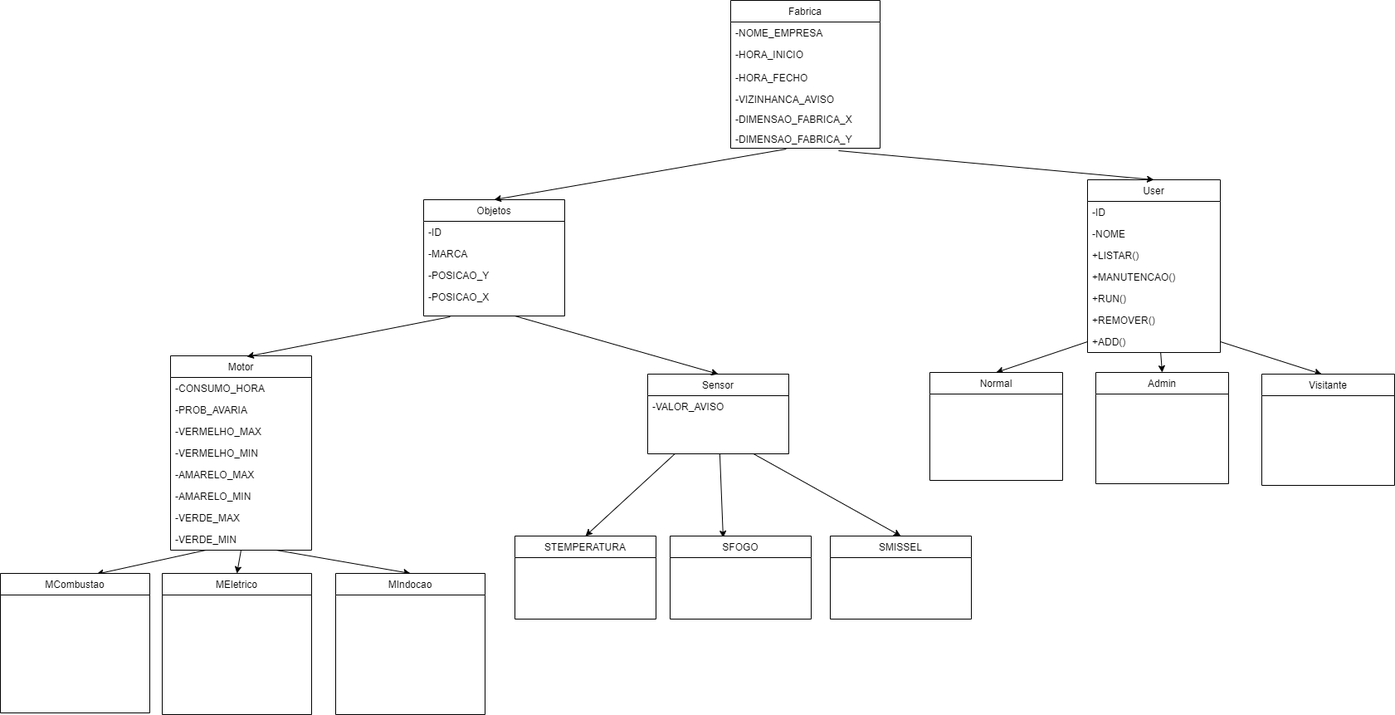
Earlier version of the draw.io export GestaoFabrica.drawio.png (Fiteira/Projeto-POO). Source tidied: cells renumbered, new cells last; positions are measured from the earlier drawing's top-left corner, leaving out a move shared by most shapes.
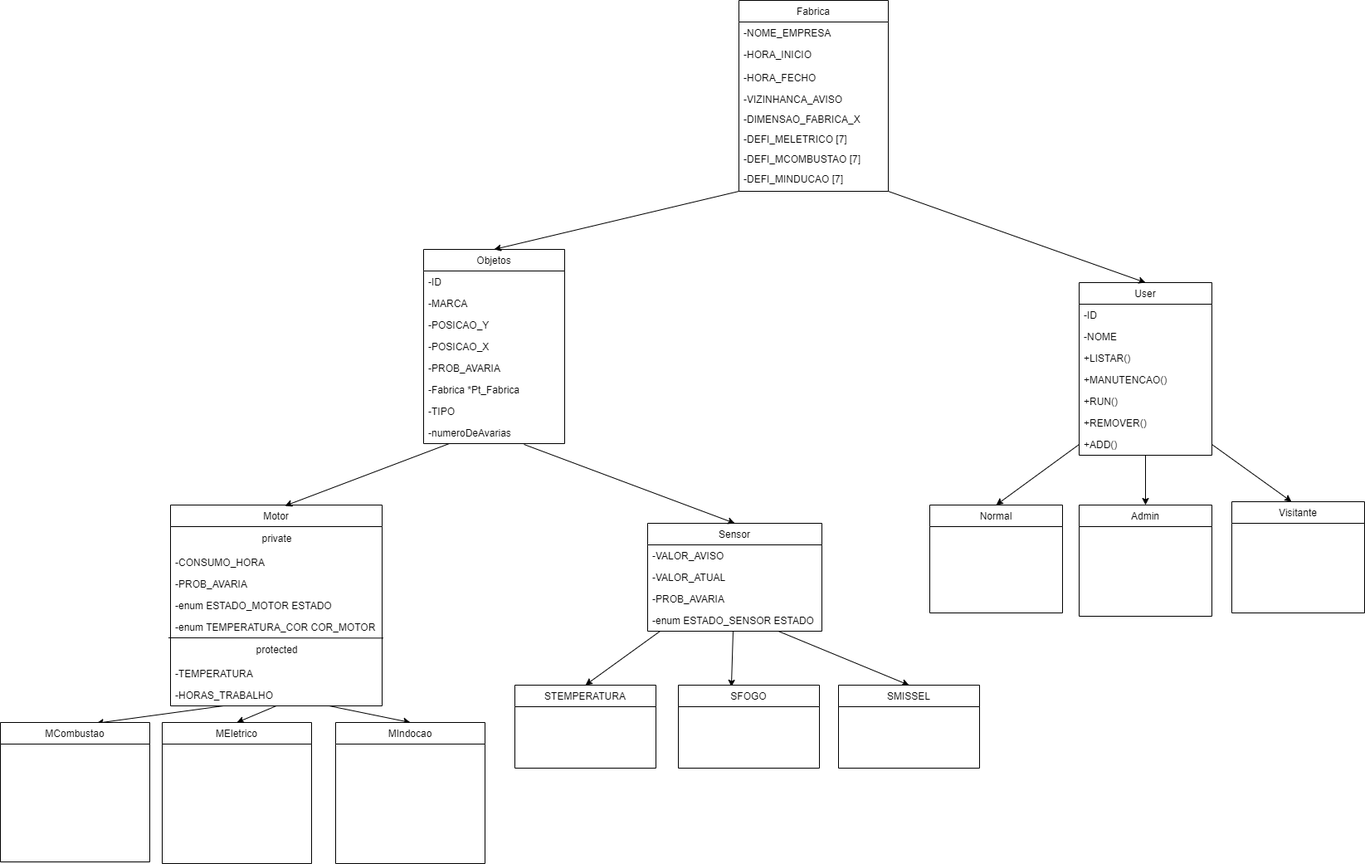
Later version of the same file.

Diff of the diagram source:
```diff
@@ -3,7 +3,7 @@
     <mxCell id="0" />
     <mxCell id="1" parent="0" />
     <mxCell id="2" value="Fabrica" style="swimlane;fontStyle=0;align=center;verticalAlign=top;horizontal=1;startSize=26;rounded=0;shadow=0;strokeWidth=1;" parent="1" vertex="1">
-      <mxGeometry x="880" width="180" height="178" as="geometry" />
+      <mxGeometry x="890" y="-180" width="180" height="230" as="geometry" />
     </mxCell>
     <mxCell id="3" value="-NOME_EMPRESA " style="text;align=left;verticalAlign=top;spacingLeft=4;spacingRight=4;overflow=hidden;rounded=0;" parent="2" vertex="1">
       <mxGeometry y="26" width="180" height="26" as="geometry" />
@@ -20,9 +20,15 @@
     <mxCell id="7" value="-DIMENSAO_FABRICA_X" style="text;align=left;verticalAlign=top;spacingLeft=4;spacingRight=4;overflow=hidden;rounded=0;shadow=0;html=0;" parent="2" vertex="1">
       <mxGeometry y="130" width="180" height="24" as="geometry" />
     </mxCell>
-    <mxCell id="8" value="-DIMENSAO_FABRICA_Y" style="text;align=left;verticalAlign=top;spacingLeft=4;spacingRight=4;overflow=hidden;points=[[0,0.5],[1,0.5]];portConstraint=eastwest;rounded=0;shadow=0;html=0;" parent="2" vertex="1">
+    <mxCell id="8" value="-DEFI_MELETRICO [7]" style="text;align=left;verticalAlign=top;spacingLeft=4;spacingRight=4;overflow=hidden;points=[[0,0.5],[1,0.5]];portConstraint=eastwest;rounded=0;shadow=0;html=0;" parent="2" vertex="1">
       <mxGeometry y="154" width="180" height="24" as="geometry" />
     </mxCell>
+    <mxCell id="55" value="-DEFI_MCOMBUSTAO [7]" style="text;align=left;verticalAlign=top;spacingLeft=4;spacingRight=4;overflow=hidden;rounded=0;shadow=0;html=0;" parent="2" vertex="1">
+      <mxGeometry y="178" width="180" height="24" as="geometry" />
+    </mxCell>
+    <mxCell id="56" value="-DEFI_MINDUCAO [7]" style="text;align=left;verticalAlign=top;spacingLeft=4;spacingRight=4;overflow=hidden;rounded=0;shadow=0;html=0;" parent="2" vertex="1">
+      <mxGeometry y="202" width="180" height="24" as="geometry" />
+    </mxCell>
     <mxCell id="9" style="edgeStyle=none;rounded=0;jettySize=auto;html=1;entryX=0.644;entryY=0.005;entryDx=0;entryDy=0;entryPerimeter=0;exitX=0.25;exitY=1;exitDx=0;exitDy=0;" parent="1" edge="1" source="12" target="36">
       <mxGeometry relative="1" as="geometry" />
     </mxCell>
@@ -33,32 +39,37 @@
       <mxGeometry relative="1" as="geometry" />
     </mxCell>
     <mxCell id="12" value="Motor" style="swimlane;fontStyle=0;align=center;verticalAlign=top;horizontal=1;startSize=26;rounded=0;shadow=0;strokeWidth=1;" parent="1" vertex="1">
-      <mxGeometry x="205" y="428" width="170" height="234" as="geometry" />
+      <mxGeometry x="205" y="428" width="255" height="242" as="geometry" />
     </mxCell>
+    <mxCell id="57" value="private" style="text;html=1;align=center;verticalAlign=middle;strokeColor=none;fillColor=none;" parent="12" vertex="1">
+      <mxGeometry y="26" width="255" height="30" as="geometry" />
+    </mxCell>
     <mxCell id="13" value="-CONSUMO_HORA" style="text;align=left;verticalAlign=top;spacingLeft=4;spacingRight=4;overflow=hidden;rounded=0;" parent="12" vertex="1">
-      <mxGeometry y="26" width="170" height="26" as="geometry" />
+      <mxGeometry y="56" width="255" height="26" as="geometry" />
     </mxCell>
     <mxCell id="14" value="-PROB_AVARIA" style="text;align=left;verticalAlign=top;spacingLeft=4;spacingRight=4;overflow=hidden;rounded=0;" parent="12" vertex="1">
-      <mxGeometry y="52" width="170" height="26" as="geometry" />
+      <mxGeometry y="82" width="255" height="26" as="geometry" />
     </mxCell>
-    <mxCell id="15" value="-VERMELHO_MAX" style="text;align=left;verticalAlign=top;spacingLeft=4;spacingRight=4;overflow=hidden;rounded=0;" parent="12" vertex="1">
-      <mxGeometry y="78" width="170" height="26" as="geometry" />
-    </mxCell>
-    <mxCell id="16" value="-VERMELHO_MIN" style="text;align=left;verticalAlign=top;spacingLeft=4;spacingRight=4;overflow=hidden;rounded=0;" parent="12" vertex="1">
-      <mxGeometry y="104" width="170" height="26" as="geometry" />
-    </mxCell>
-    <mxCell id="17" value="-AMARELO_MAX" style="text;align=left;verticalAlign=top;spacingLeft=4;spacingRight=4;overflow=hidden;rounded=0;" parent="12" vertex="1">
-      <mxGeometry y="130" width="170" height="26" as="geometry" />
-    </mxCell>
-    <mxCell id="18" value="-AMARELO_MIN" style="text;align=left;verticalAlign=top;spacingLeft=4;spacingRight=4;overflow=hidden;rounded=0;" parent="12" vertex="1">
-      <mxGeometry y="156" width="170" height="26" as="geometry" />
-    </mxCell>
-    <mxCell id="19" value="-VERDE_MAX" style="text;align=left;verticalAlign=top;spacingLeft=4;spacingRight=4;overflow=hidden;rounded=0;" parent="12" vertex="1">
-      <mxGeometry y="182" width="170" height="26" as="geometry" />
-    </mxCell>
-    <mxCell id="20" value="-VERDE_MIN" style="text;align=left;verticalAlign=top;spacingLeft=4;spacingRight=4;overflow=hidden;rounded=0;" parent="12" vertex="1">
-      <mxGeometry y="208" width="170" height="26" as="geometry" />
-    </mxCell>
+    <mxCell id="58" value="-enum ESTADO_MOTOR ESTADO" style="text;align=left;verticalAlign=top;spacingLeft=4;spacingRight=4;overflow=hidden;rounded=0;" parent="12" vertex="1">
+      <mxGeometry y="108" width="255" height="26" as="geometry" />
+    </mxCell>
+    <mxCell id="59" value="-enum TEMPERATURA_COR COR_MOTOR" style="text;align=left;verticalAlign=top;spacingLeft=4;spacingRight=4;overflow=hidden;rounded=0;" parent="12" vertex="1">
+      <mxGeometry y="134" width="255" height="26" as="geometry" />
+    </mxCell>
+    <mxCell id="60" style="endArrow=none;html=1;rounded=0;entryX=1.006;entryY=0.011;entryDx=0;entryDy=0;entryPerimeter=0;" parent="12" edge="1" target="61">
+      <mxGeometry relative="1" as="geometry">
+        <mxPoint x="-2.5" y="160" as="sourcePoint" />
+      </mxGeometry>
+    </mxCell>
+    <mxCell id="61" value="protected" style="text;html=1;align=center;verticalAlign=middle;points=[];strokeColor=none;fillColor=none;" parent="12" vertex="1">
+      <mxGeometry y="160" width="255" height="30" as="geometry" />
+    </mxCell>
+    <mxCell id="62" value="-TEMPERATURA" style="text;align=left;verticalAlign=top;spacingLeft=4;spacingRight=4;overflow=hidden;rounded=0;" parent="12" vertex="1">
+      <mxGeometry y="190" width="255" height="26" as="geometry" />
+    </mxCell>
+    <mxCell id="63" value="-HORAS_TRABALHO" style="text;align=left;verticalAlign=top;spacingLeft=4;spacingRight=4;overflow=hidden;rounded=0;" parent="12" vertex="1">
+      <mxGeometry y="216" width="255" height="26" as="geometry" />
+    </mxCell>
     <mxCell id="21" style="edgeStyle=none;rounded=0;jettySize=auto;html=1;entryX=0.5;entryY=0;entryDx=0;entryDy=0;" parent="1" edge="1" source="24" target="40">
       <mxGeometry relative="1" as="geometry" />
     </mxCell>
@@ -69,11 +80,20 @@
       <mxGeometry relative="1" as="geometry" />
     </mxCell>
     <mxCell id="24" value="Sensor" style="swimlane;fontStyle=0;align=center;verticalAlign=top;horizontal=1;startSize=26;rounded=0;shadow=0;strokeWidth=1;" parent="1" vertex="1">
-      <mxGeometry x="780" y="450" width="170" height="96" as="geometry" />
+      <mxGeometry x="780" y="450" width="210" height="130" as="geometry" />
     </mxCell>
     <mxCell id="25" value="-VALOR_AVISO" style="text;align=left;verticalAlign=top;spacingLeft=4;spacingRight=4;overflow=hidden;rounded=0;shadow=0;html=0;" parent="24" vertex="1">
-      <mxGeometry y="26" width="170" height="26" as="geometry" />
+      <mxGeometry y="26" width="210" height="26" as="geometry" />
     </mxCell>
+    <mxCell id="64" value="-VALOR_ATUAL" style="text;align=left;verticalAlign=top;spacingLeft=4;spacingRight=4;overflow=hidden;rounded=0;shadow=0;html=0;" parent="24" vertex="1">
+      <mxGeometry y="52" width="210" height="26" as="geometry" />
+    </mxCell>
+    <mxCell id="65" value="-PROB_AVARIA" style="text;align=left;verticalAlign=top;spacingLeft=4;spacingRight=4;overflow=hidden;rounded=0;shadow=0;html=0;" parent="24" vertex="1">
+      <mxGeometry y="78" width="210" height="26" as="geometry" />
+    </mxCell>
+    <mxCell id="66" value="-enum ESTADO_SENSOR ESTADO" style="text;align=left;verticalAlign=top;spacingLeft=4;spacingRight=4;overflow=hidden;rounded=0;shadow=0;html=0;" parent="24" vertex="1">
+      <mxGeometry y="104" width="210" height="26" as="geometry" />
+    </mxCell>
     <mxCell id="26" style="edgeStyle=none;rounded=0;jettySize=auto;html=1;exitX=1;exitY=0.5;exitDx=0;exitDy=0;entryX=0.45;entryY=0;entryDx=0;entryDy=0;entryPerimeter=0;" parent="1" edge="1" source="35" target="46">
       <mxGeometry relative="1" as="geometry" />
     </mxCell>
@@ -81,7 +101,7 @@
       <mxGeometry relative="1" as="geometry" />
     </mxCell>
     <mxCell id="28" value="User" style="swimlane;fontStyle=0;align=center;verticalAlign=top;horizontal=1;startSize=26;rounded=0;shadow=0;strokeWidth=1;" parent="1" vertex="1">
-      <mxGeometry x="1310" y="216" width="160" height="208" as="geometry" />
+      <mxGeometry x="1300" y="160" width="160" height="208" as="geometry" />
     </mxCell>
     <mxCell id="29" value="-ID" style="text;align=left;verticalAlign=top;spacingLeft=4;spacingRight=4;overflow=hidden;rounded=0;shadow=0;html=0;" parent="28" vertex="1">
       <mxGeometry y="26" width="160" height="26" as="geometry" />
@@ -113,32 +133,32 @@
     <mxCell id="38" value="MIndocao" style="swimlane;fontStyle=0;align=center;verticalAlign=top;horizontal=1;startSize=26;rounded=0;shadow=0;strokeWidth=1;" parent="1" vertex="1">
       <mxGeometry x="404" y="690" width="180" height="170" as="geometry" />
     </mxCell>
-    <mxCell id="39" style="edgeStyle=none;rounded=0;jettySize=auto;html=1;exitX=0.722;exitY=1.125;exitDx=0;exitDy=0;entryX=0.5;entryY=0;entryDx=0;entryDy=0;exitPerimeter=0;" parent="1" edge="1" source="8" target="28">
+    <mxCell id="39" style="edgeStyle=none;rounded=0;jettySize=auto;html=1;exitX=1;exitY=1;exitDx=0;exitDy=0;entryX=0.5;entryY=0;entryDx=0;entryDy=0;" parent="1" edge="1" source="2" target="28">
       <mxGeometry relative="1" as="geometry" />
     </mxCell>
     <mxCell id="40" value="STEMPERATURA" style="swimlane;fontStyle=0;align=center;verticalAlign=top;horizontal=1;startSize=26;rounded=0;shadow=0;strokeWidth=1;" parent="1" vertex="1">
       <mxGeometry x="620" y="645" width="170" height="100" as="geometry" />
     </mxCell>
     <mxCell id="41" value="SFOGO" style="swimlane;fontStyle=0;align=center;verticalAlign=top;horizontal=1;startSize=26;rounded=0;shadow=0;strokeWidth=1;" parent="1" vertex="1">
-      <mxGeometry x="807" y="645" width="170" height="100" as="geometry" />
+      <mxGeometry x="817" y="645" width="170" height="100" as="geometry" />
     </mxCell>
     <mxCell id="42" value="SMISSEL" style="swimlane;fontStyle=0;align=center;verticalAlign=top;horizontal=1;startSize=26;rounded=0;shadow=0;strokeWidth=1;" parent="1" vertex="1">
-      <mxGeometry x="1000" y="645" width="170" height="100" as="geometry" />
+      <mxGeometry x="1010" y="645" width="170" height="100" as="geometry" />
     </mxCell>
     <mxCell id="43" style="edgeStyle=none;rounded=0;jettySize=auto;html=1;entryX=0.5;entryY=0;entryDx=0;entryDy=0;exitX=0;exitY=0.5;exitDx=0;exitDy=0;" parent="1" edge="1" source="35" target="45">
       <mxGeometry relative="1" as="geometry" />
     </mxCell>
     <mxCell id="44" value="Admin" style="swimlane;fontStyle=0;align=center;verticalAlign=top;horizontal=1;startSize=26;rounded=0;shadow=0;strokeWidth=1;" parent="1" vertex="1">
-      <mxGeometry x="1320" y="448" width="160" height="134" as="geometry" />
+      <mxGeometry x="1300" y="428" width="160" height="134" as="geometry" />
     </mxCell>
     <mxCell id="45" value="Normal" style="swimlane;fontStyle=0;align=center;verticalAlign=top;horizontal=1;startSize=26;rounded=0;shadow=0;strokeWidth=1;" parent="1" vertex="1">
-      <mxGeometry x="1120" y="448" width="160" height="130" as="geometry" />
+      <mxGeometry x="1120" y="428" width="160" height="130" as="geometry" />
     </mxCell>
     <mxCell id="46" value="Visitante" style="swimlane;fontStyle=0;align=center;verticalAlign=top;horizontal=1;startSize=26;rounded=0;shadow=0;strokeWidth=1;" parent="1" vertex="1">
-      <mxGeometry x="1520" y="450" width="160" height="134" as="geometry" />
+      <mxGeometry x="1484" y="424" width="160" height="134" as="geometry" />
     </mxCell>
     <mxCell id="47" value="Objetos" style="swimlane;fontStyle=0;align=center;verticalAlign=top;horizontal=1;startSize=26;rounded=0;shadow=0;strokeWidth=1;" parent="1" vertex="1">
-      <mxGeometry x="510" y="240" width="170" height="140" as="geometry" />
+      <mxGeometry x="510" y="120" width="170" height="234" as="geometry" />
     </mxCell>
     <mxCell id="48" value="-ID" style="text;align=left;verticalAlign=top;spacingLeft=4;spacingRight=4;overflow=hidden;rounded=0;" parent="47" vertex="1">
       <mxGeometry y="26" width="170" height="26" as="geometry" />
@@ -152,18 +172,26 @@
     <mxCell id="51" value="-POSICAO_X" style="text;align=left;verticalAlign=top;spacingLeft=4;spacingRight=4;overflow=hidden;rounded=0;" parent="47" vertex="1">
       <mxGeometry y="104" width="170" height="26" as="geometry" />
     </mxCell>
+    <mxCell id="67" value="-PROB_AVARIA" style="text;align=left;verticalAlign=top;spacingLeft=4;spacingRight=4;overflow=hidden;rounded=0;" parent="47" vertex="1">
+      <mxGeometry y="130" width="170" height="26" as="geometry" />
+    </mxCell>
+    <mxCell id="68" value="-Fabrica *Pt_Fabrica" style="text;align=left;verticalAlign=top;spacingLeft=4;spacingRight=4;overflow=hidden;rounded=0;" parent="47" vertex="1">
+      <mxGeometry y="156" width="170" height="26" as="geometry" />
+    </mxCell>
+    <mxCell id="69" value="-TIPO" style="text;align=left;verticalAlign=top;spacingLeft=4;spacingRight=4;overflow=hidden;rounded=0;" parent="47" vertex="1">
+      <mxGeometry y="182" width="170" height="26" as="geometry" />
+    </mxCell>
+    <mxCell id="70" value="-numeroDeAvarias" style="text;align=left;verticalAlign=top;spacingLeft=4;spacingRight=4;overflow=hidden;points=[[0,0.5],[1,0.5]];portConstraint=eastwest;rounded=0;" parent="47" vertex="1">
+      <mxGeometry y="208" width="170" height="26" as="geometry" />
+    </mxCell>
-    <mxCell id="52" style="endArrow=classic;html=1;rounded=0;entryX=0.5;entryY=0;entryDx=0;entryDy=0;exitX=0.372;exitY=1.042;exitDx=0;exitDy=0;exitPerimeter=0;" parent="1" edge="1" source="8" target="47">
+    <mxCell id="52" style="endArrow=classic;html=1;rounded=0;entryX=0.5;entryY=0;entryDx=0;entryDy=0;exitX=0;exitY=1;exitDx=0;exitDy=0;" parent="1" edge="1" source="2" target="47">
       <mxGeometry relative="1" as="geometry" />
     </mxCell>
-    <mxCell id="53" style="endArrow=classic;html=1;rounded=0;entryX=0.541;entryY=0.004;entryDx=0;entryDy=0;exitX=0.372;exitY=1.042;exitDx=0;exitDy=0;exitPerimeter=0;entryPerimeter=0;" parent="1" edge="1" target="12">
-      <mxGeometry relative="1" as="geometry">
-        <mxPoint x="542" y="381" as="sourcePoint" />
-      </mxGeometry>
+    <mxCell id="53" style="endArrow=classic;html=1;rounded=0;entryX=0.541;entryY=0.004;entryDx=0;entryDy=0;exitX=0.182;exitY=1;exitDx=0;exitDy=0;exitPerimeter=0;entryPerimeter=0;" parent="1" edge="1" source="70" target="12">
+      <mxGeometry relative="1" as="geometry" />
     </mxCell>
-    <mxCell id="54" style="endArrow=classic;html=1;rounded=0;entryX=0.5;entryY=0;entryDx=0;entryDy=0;" parent="1" edge="1" target="24">
-      <mxGeometry relative="1" as="geometry">
-        <mxPoint x="620" y="380" as="sourcePoint" />
-      </mxGeometry>
+    <mxCell id="54" style="endArrow=classic;html=1;rounded=0;entryX=0.5;entryY=0;entryDx=0;entryDy=0;exitX=0.712;exitY=1.038;exitDx=0;exitDy=0;exitPerimeter=0;" parent="1" edge="1" source="70" target="24">
+      <mxGeometry relative="1" as="geometry" />
     </mxCell>
   </root>
 </mxGraphModel>
```
